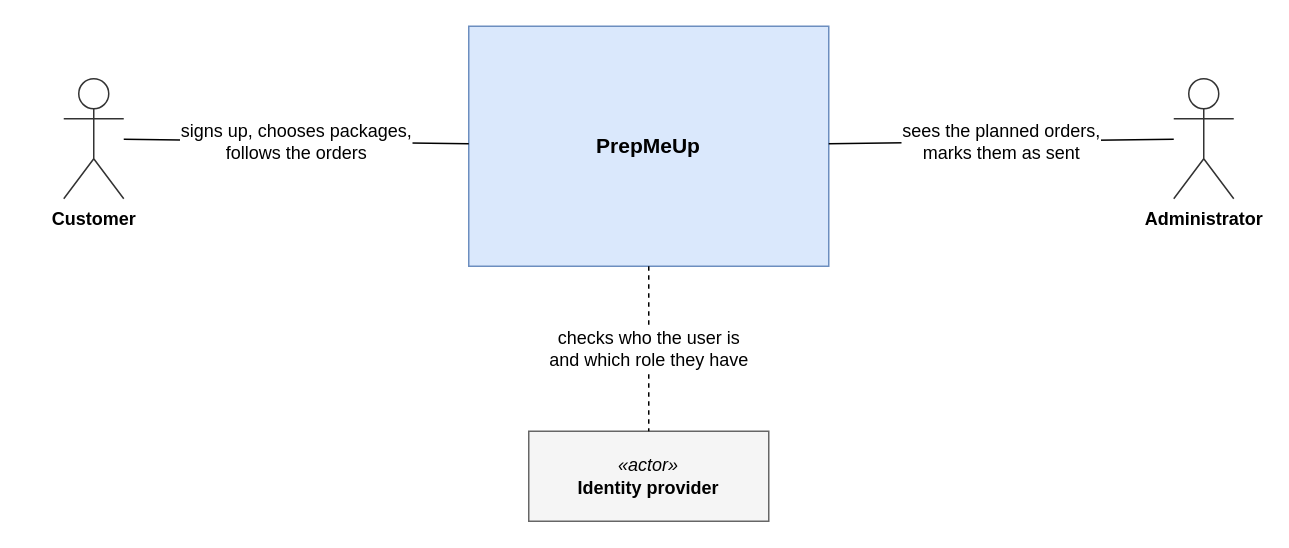
This is docs/assets/drawio/actor-context.drawio from Mosekjaer/prepmeup, a draw.io file, before an edit. Source tidied: cells renumbered, new cells numbered last; positions are measured from the earlier drawing's top-left corner, leaving out a move shared by most shapes. Both pictures are drawn from the tidied source at 150%, with x=0, y=0 at pixel (63, 26).
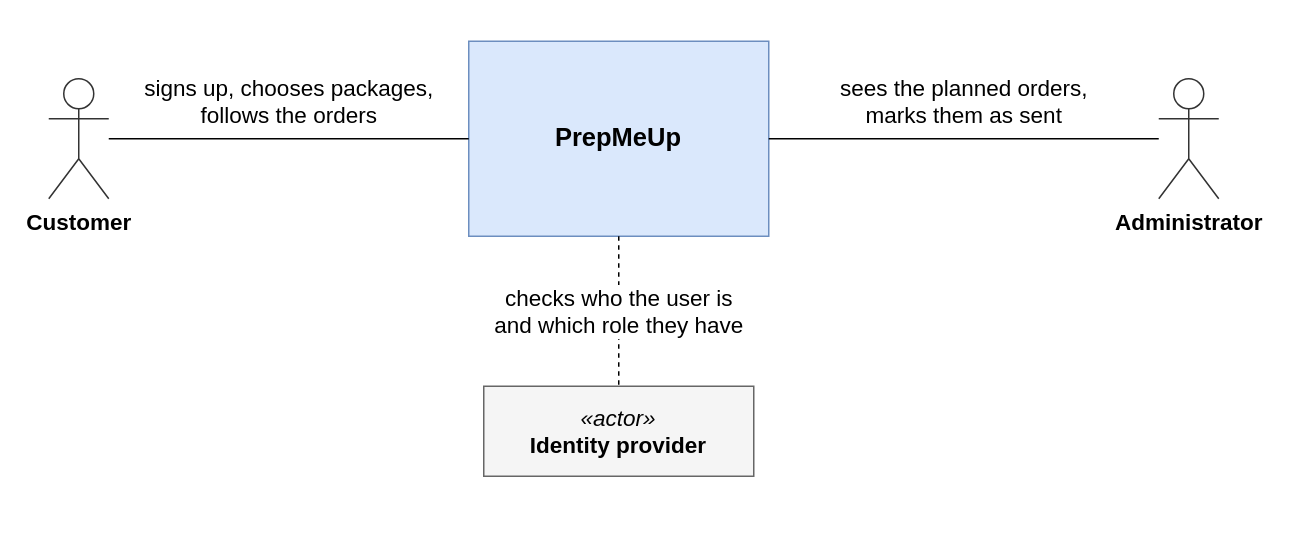
After the change.

Commit message:
docs(report): make the actor-context diagram easier to read

Change to the diagram source:
```diff
@@
 <mxGraphModel>
   <root>
     <mxCell id="0" />
     <mxCell id="1" parent="0" />
-    <mxCell id="2" value="&lt;b&gt;PrepMeUp&lt;/b&gt;" style="rounded=0;whiteSpace=wrap;html=1;fillColor=#dae8fc;strokeColor=#6c8ebf;fontSize=14;fontFamily=Arial;" parent="1" vertex="1">
-      <mxGeometry x="270" width="240" height="160" as="geometry" />
+    <mxCell id="2" value="&lt;b&gt;PrepMeUp&lt;/b&gt;" style="rounded=0;whiteSpace=wrap;html=1;fillColor=#dae8fc;strokeColor=#6c8ebf;fontSize=17;fontFamily=Arial;" parent="1" vertex="1">
+      <mxGeometry x="270" y="10" width="200" height="130" as="geometry" />
     </mxCell>
-    <mxCell id="3" value="Customer" style="shape=umlActor;verticalLabelPosition=bottom;verticalAlign=top;html=1;outlineConnect=0;fillColor=#FFFFFF;strokeColor=#333333;fontStyle=1;fontFamily=Arial;fontSize=12;" parent="1" vertex="1">
-      <mxGeometry y="35" width="40" height="80" as="geometry" />
+    <mxCell id="3" value="Customer" style="shape=umlActor;verticalLabelPosition=bottom;verticalAlign=top;html=1;outlineConnect=0;fillColor=#FFFFFF;strokeColor=#333333;fontStyle=1;fontFamily=Arial;fontSize=15;" parent="1" vertex="1">
+      <mxGeometry x="-10" y="35" width="40" height="80" as="geometry" />
     </mxCell>
-    <mxCell id="4" value="Administrator" style="shape=umlActor;verticalLabelPosition=bottom;verticalAlign=top;html=1;outlineConnect=0;fillColor=#FFFFFF;strokeColor=#333333;fontStyle=1;fontFamily=Arial;fontSize=12;" parent="1" vertex="1">
-      <mxGeometry x="740" y="35" width="40" height="80" as="geometry" />
+    <mxCell id="4" value="Administrator" style="shape=umlActor;verticalLabelPosition=bottom;verticalAlign=top;html=1;outlineConnect=0;fillColor=#FFFFFF;strokeColor=#333333;fontStyle=1;fontFamily=Arial;fontSize=15;" parent="1" vertex="1">
+      <mxGeometry x="730" y="35" width="40" height="80" as="geometry" />
     </mxCell>
-    <mxCell id="5" value="&lt;i&gt;«actor»&lt;/i&gt;&lt;br/&gt;&lt;b&gt;Identity provider&lt;/b&gt;" style="rounded=0;whiteSpace=wrap;html=1;fillColor=#f5f5f5;strokeColor=#666666;fontFamily=Arial;fontSize=12;" parent="1" vertex="1">
-      <mxGeometry x="310" y="270" width="160" height="60" as="geometry" />
+    <mxCell id="5" value="&lt;i&gt;«actor»&lt;/i&gt;&lt;br/&gt;&lt;b&gt;Identity provider&lt;/b&gt;" style="rounded=0;whiteSpace=wrap;html=1;fillColor=#f5f5f5;strokeColor=#666666;fontFamily=Arial;fontSize=15;" parent="1" vertex="1">
+      <mxGeometry x="280" y="240" width="180" height="60" as="geometry" />
     </mxCell>
-    <mxCell id="6" value="signs up, chooses packages,&lt;br/&gt;follows the orders" style="endArrow=none;html=1;rounded=0;labelBackgroundColor=#ffffff;fontFamily=Arial;fontSize=12;" parent="1" edge="1" source="3" target="2">
+    <mxCell id="6" value="signs up, chooses packages,&lt;br/&gt;follows the orders" style="endArrow=none;html=1;rounded=0;verticalAlign=bottom;labelBackgroundColor=none;spacingBottom=4;fontFamily=Arial;fontSize=15;" parent="1" edge="1" source="3" target="2">
       <mxGeometry relative="1" as="geometry" />
     </mxCell>
-    <mxCell id="7" value="sees the planned orders,&lt;br/&gt;marks them as sent" style="endArrow=none;html=1;rounded=0;labelBackgroundColor=#ffffff;fontFamily=Arial;fontSize=12;" parent="1" edge="1" source="4" target="2">
+    <mxCell id="7" value="sees the planned orders,&lt;br/&gt;marks them as sent" style="endArrow=none;html=1;rounded=0;verticalAlign=bottom;labelBackgroundColor=none;spacingBottom=4;fontFamily=Arial;fontSize=15;" parent="1" edge="1" source="4" target="2">
       <mxGeometry relative="1" as="geometry" />
     </mxCell>
-    <mxCell id="8" value="checks who the user is&lt;br/&gt;and which role they have" style="endArrow=none;html=1;rounded=0;labelBackgroundColor=#ffffff;fontFamily=Arial;fontSize=12;dashed=1;" parent="1" edge="1" source="2" target="5">
+    <mxCell id="8" value="checks who the user is&lt;br/&gt;and which role they have" style="endArrow=none;html=1;rounded=0;labelBackgroundColor=#ffffff;dashed=1;fontFamily=Arial;fontSize=15;" parent="1" edge="1" source="2" target="5">
       <mxGeometry relative="1" as="geometry" />
     </mxCell>
   </root>
 </mxGraphModel>
```
